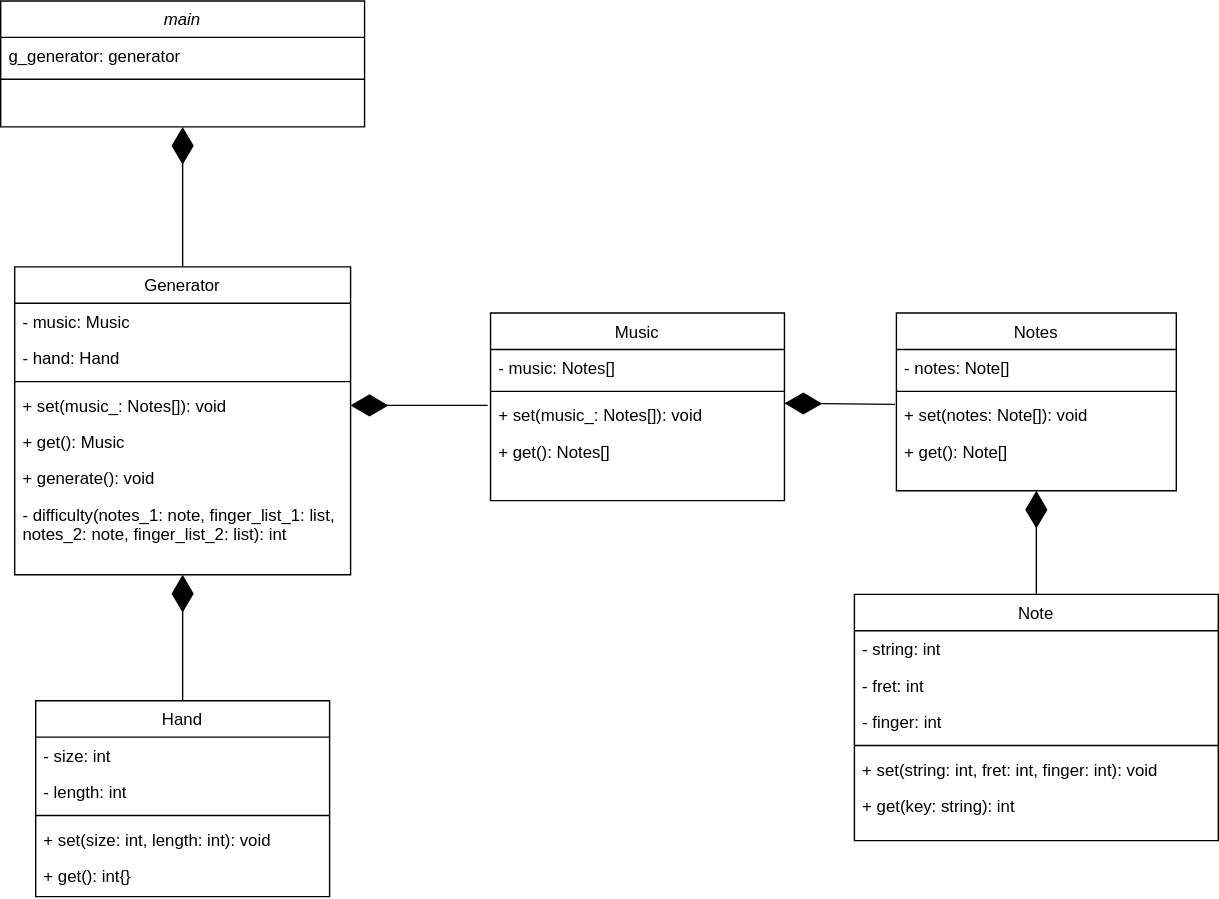
boy-min/Guitar-Fingering-Generator keeps this draw.io diagram as docs/diagram/guitar_fingering_generator.svg. Above is the earlier version. Source tidied: cells renumbered, new cells last; positions are measured from the earlier drawing's top-left corner, leaving out a move shared by most shapes.
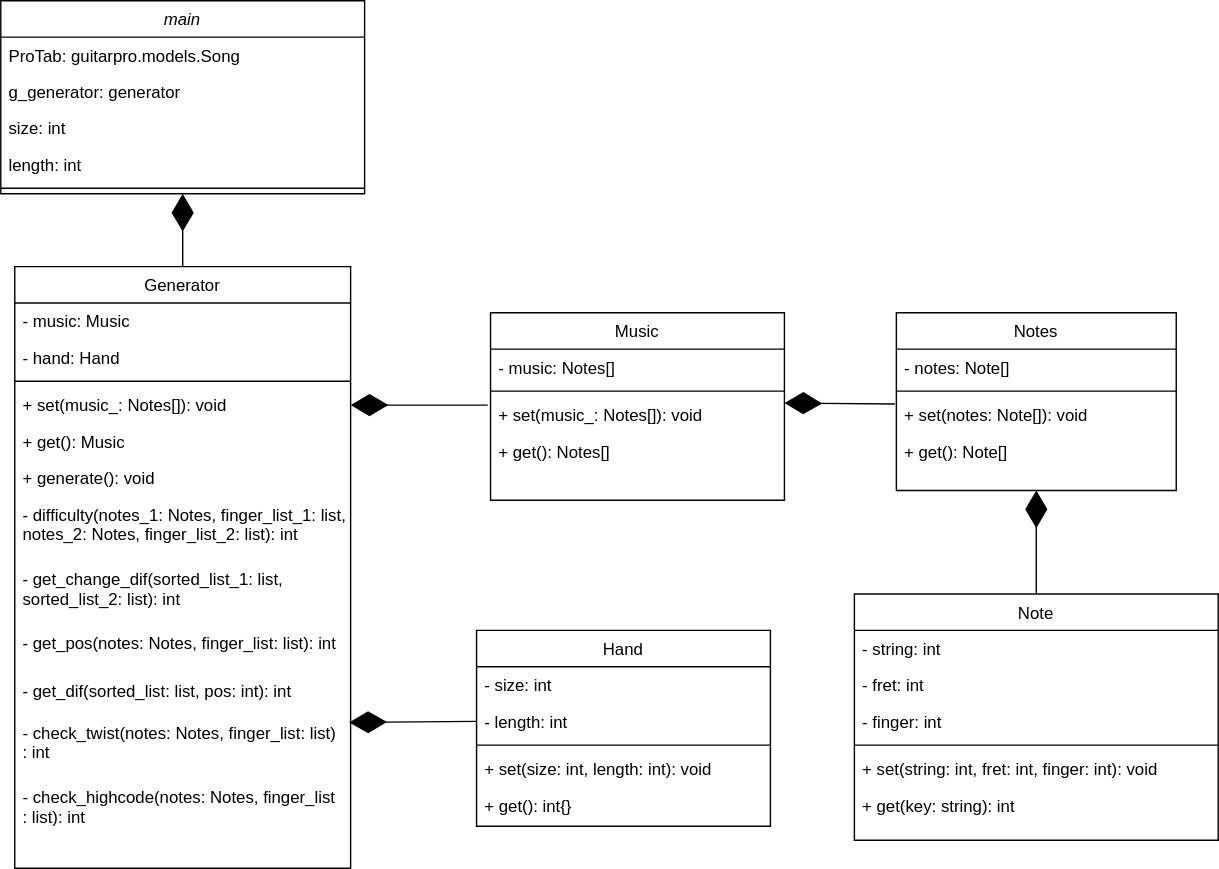
The same file after the commit.

Commit message:
Fix class diagram.

What changed in the source:
```diff
@@ -3,13 +3,22 @@
     <mxCell id="0" />
     <mxCell id="1" parent="0" />
     <mxCell id="2" value="main" style="swimlane;fontStyle=2;align=center;verticalAlign=top;horizontal=1;startSize=26;rounded=0;shadow=0;strokeWidth=1;" parent="1" vertex="1">
-      <mxGeometry width="260" height="90" as="geometry" />
+      <mxGeometry width="260" height="138" as="geometry" />
     </mxCell>
+    <mxCell id="41" value="ProTab: guitarpro.models.Song" style="text;align=left;verticalAlign=top;spacingLeft=4;spacingRight=4;overflow=hidden;" parent="2" vertex="1">
+      <mxGeometry y="26" width="260" height="26" as="geometry" />
+    </mxCell>
     <mxCell id="3" value="g_generator: generator" style="text;align=left;verticalAlign=top;spacingLeft=4;spacingRight=4;overflow=hidden;" parent="2" vertex="1">
-      <mxGeometry y="26" width="260" height="26" as="geometry" />
+      <mxGeometry y="52" width="260" height="26" as="geometry" />
     </mxCell>
+    <mxCell id="42" value="size: int" style="text;align=left;verticalAlign=top;spacingLeft=4;spacingRight=4;overflow=hidden;" parent="2" vertex="1">
+      <mxGeometry y="78" width="260" height="26" as="geometry" />
+    </mxCell>
+    <mxCell id="43" value="length: int" style="text;align=left;verticalAlign=top;spacingLeft=4;spacingRight=4;overflow=hidden;" parent="2" vertex="1">
+      <mxGeometry y="104" width="260" height="26" as="geometry" />
+    </mxCell>
     <mxCell id="4" style="line;html=1;strokeWidth=1;align=left;verticalAlign=middle;spacingTop=-1;spacingLeft=3;spacingRight=3;labelPosition=right;" parent="2" vertex="1">
-      <mxGeometry y="52" width="260" height="8" as="geometry" />
+      <mxGeometry y="130" width="260" height="8" as="geometry" />
     </mxCell>
     <mxCell id="5" value="Notes" style="swimlane;fontStyle=0;align=center;verticalAlign=top;horizontal=1;startSize=26;rounded=0;shadow=0;strokeWidth=1;" parent="1" vertex="1">
       <mxGeometry x="640" y="223" width="200" height="127" as="geometry" />
@@ -63,7 +72,7 @@
       <mxGeometry y="138" width="260" height="26" as="geometry" />
     </mxCell>
     <mxCell id="22" value="Hand" style="swimlane;fontStyle=0;align=center;verticalAlign=top;horizontal=1;startSize=26;rounded=0;shadow=0;strokeWidth=1;" parent="1" vertex="1">
-      <mxGeometry x="25" y="500" width="210" height="140" as="geometry" />
+      <mxGeometry x="340" y="450" width="210" height="140" as="geometry" />
     </mxCell>
     <mxCell id="23" value="- size: int" style="text;align=left;verticalAlign=top;spacingLeft=4;spacingRight=4;overflow=hidden;" parent="22" vertex="1">
       <mxGeometry y="26" width="210" height="26" as="geometry" />
@@ -81,7 +90,7 @@
       <mxGeometry y="112" width="210" height="26" as="geometry" />
     </mxCell>
     <mxCell id="28" value="Generator" style="swimlane;fontStyle=0;align=center;verticalAlign=top;horizontal=1;startSize=26;rounded=0;shadow=0;strokeWidth=1;" parent="1" vertex="1">
-      <mxGeometry x="10" y="190" width="240" height="220" as="geometry" />
+      <mxGeometry x="10" y="190" width="240" height="430" as="geometry" />
     </mxCell>
     <mxCell id="29" value="- music: Music" style="text;align=left;verticalAlign=top;spacingLeft=4;spacingRight=4;overflow=hidden;" parent="28" vertex="1">
       <mxGeometry y="26" width="240" height="26" as="geometry" />
@@ -101,17 +110,27 @@
     <mxCell id="34" value="+ generate(): void" style="text;align=left;verticalAlign=top;spacingLeft=4;spacingRight=4;overflow=hidden;" parent="28" vertex="1">
       <mxGeometry y="138" width="240" height="26" as="geometry" />
     </mxCell>
-    <mxCell id="35" value="- difficulty(notes_1: note, finger_list_1: list,&#10;notes_2: note, finger_list_2: list): int" style="text;align=left;verticalAlign=top;spacingLeft=4;spacingRight=4;overflow=hidden;" parent="28" vertex="1">
+    <mxCell id="35" value="- difficulty(notes_1: Notes, finger_list_1: list,&#10;notes_2: Notes, finger_list_2: list): int" style="text;align=left;verticalAlign=top;spacingLeft=4;spacingRight=4;overflow=hidden;" parent="28" vertex="1">
       <mxGeometry y="164" width="240" height="46" as="geometry" />
     </mxCell>
+    <mxCell id="44" value="- get_change_dif(sorted_list_1: list,&#10;sorted_list_2: list): int" style="text;align=left;verticalAlign=top;spacingLeft=4;spacingRight=4;overflow=hidden;" parent="28" vertex="1">
+      <mxGeometry y="210" width="240" height="46" as="geometry" />
+    </mxCell>
+    <mxCell id="45" value="- get_pos(notes: Notes, finger_list: list): int" style="text;align=left;verticalAlign=top;spacingLeft=4;spacingRight=4;overflow=hidden;" parent="28" vertex="1">
+      <mxGeometry y="256" width="240" height="34" as="geometry" />
+    </mxCell>
+    <mxCell id="46" value="- get_dif(sorted_list: list, pos: int): int" style="text;align=left;verticalAlign=top;spacingLeft=4;spacingRight=4;overflow=hidden;" parent="28" vertex="1">
+      <mxGeometry y="290" width="240" height="30" as="geometry" />
+    </mxCell>
+    <mxCell id="47" value="- check_twist(notes: Notes, finger_list: list)&#10;: int" style="text;align=left;verticalAlign=top;spacingLeft=4;spacingRight=4;overflow=hidden;points=[[0,0.5],[1,0.5]];portConstraint=eastwest;" parent="28" vertex="1">
+      <mxGeometry y="320" width="240" height="46" as="geometry" />
+    </mxCell>
+    <mxCell id="48" value="- check_highcode(notes: Notes, finger_list&#10;: list): int" style="text;align=left;verticalAlign=top;spacingLeft=4;spacingRight=4;overflow=hidden;" parent="28" vertex="1">
+      <mxGeometry y="366" width="240" height="46" as="geometry" />
+    </mxCell>
     <mxCell id="36" style="endArrow=diamondThin;endFill=1;endSize=24;html=1;exitX=0.5;exitY=0;exitDx=0;exitDy=0;entryX=0.5;entryY=1;entryDx=0;entryDy=0;" parent="1" edge="1" source="28" target="2">
       <mxGeometry relative="1" as="geometry" />
     </mxCell>
-    <mxCell id="37" style="endArrow=diamondThin;endFill=1;endSize=24;html=1;exitX=0.5;exitY=0;exitDx=0;exitDy=0;" parent="1" edge="1" source="22">
-      <mxGeometry relative="1" as="geometry">
-        <mxPoint x="130" y="410" as="targetPoint" />
-      </mxGeometry>
-    </mxCell>
     <mxCell id="38" style="endArrow=diamondThin;endFill=1;endSize=24;html=1;entryX=1;entryY=0.5;entryDx=0;entryDy=0;" parent="1" edge="1" target="32">
       <mxGeometry relative="1" as="geometry">
         <mxPoint x="348" y="289" as="sourcePoint" />
@@ -125,5 +144,8 @@
     <mxCell id="40" style="endArrow=diamondThin;endFill=1;endSize=24;html=1;entryX=0.5;entryY=1;entryDx=0;entryDy=0;exitX=0.5;exitY=0;exitDx=0;exitDy=0;" parent="1" edge="1" source="15" target="5">
       <mxGeometry relative="1" as="geometry" />
     </mxCell>
+    <mxCell id="49" style="endArrow=diamondThin;endFill=1;endSize=24;html=1;exitX=0;exitY=0.5;exitDx=0;exitDy=0;entryX=0.996;entryY=0.125;entryDx=0;entryDy=0;entryPerimeter=0;" parent="1" edge="1" source="24" target="47">
+      <mxGeometry relative="1" as="geometry" />
+    </mxCell>
   </root>
 </mxGraphModel>
```
